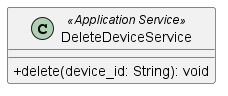
Before: src/PB/DocumentazioneEsterna/Specifica_Tecnica/content/uml/png/DeleteDevice/DeleteDeviceService.png, a diagram exported from PlantUML (GroupRubberDuck/Documentazione).
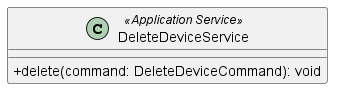
Above is the later version.

Change to the diagram source:
```diff
@@ -1,7 +1,7 @@
 @startuml DeleteDeviceService
 skinparam classAttributeIconSize 0
 class DeleteDeviceService <<Application Service>> {
-    + delete(device_id: String): void
+    + delete(command: DeleteDeviceCommand): void
 }
 
 @enduml
```
